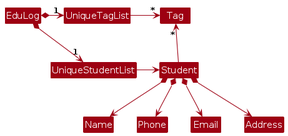
Before: diagrams/BetterModelClassDiagram.png, a diagram exported from PlantUML (Timenikhil/tp). Its source is kept beside it as diagrams/BetterModelClassDiagram.puml.
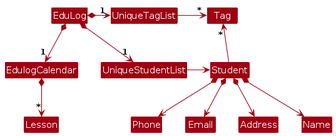
The same file after the commit.

Change to the diagram source:
```diff
@@ -6,6 +6,8 @@
 
 EduLog *-right-> "1" UniqueStudentList
 EduLog *-right-> "1" UniqueTagList
+EduLog *-down-> "1" EdulogCalendar
+EdulogCalendar *-down-> "*" Lesson
 UniqueTagList -[hidden]down- UniqueStudentList
 UniqueTagList -[hidden]down- UniqueStudentList
 
```
